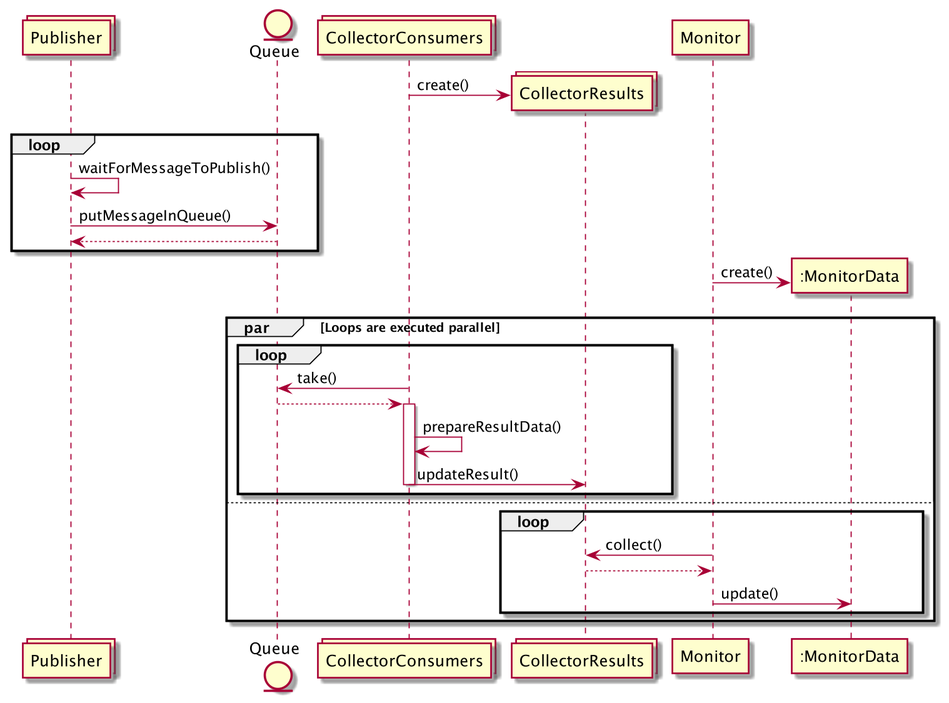
Above: docs/diagrams/Monitoring.png in ulftietze/hoot (PlantUML), before the change.
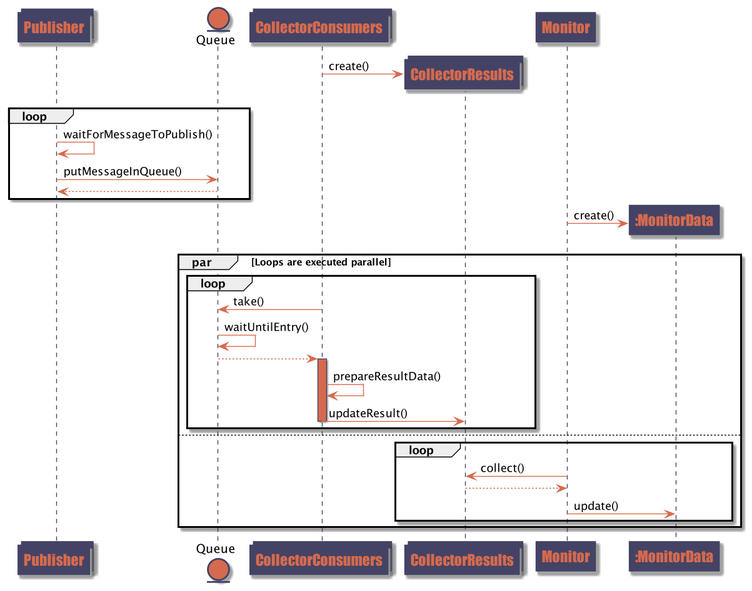
Later version of the same file.

What changed in the source:
```diff
@@ -1,4 +1,36 @@
 @startuml
+
+skinparam sequence {
+    ArrowColor #d56a4e
+    ActorBorderColor #444365
+    LifeLineBorderColor #444365
+    LifeLineBackgroundColor #d56a4e
+
+    ParticipantBackgroundColor #444365
+    ParticipantFontName Impact
+    ParticipantFontSize 17
+    ParticipantFontColor #d56a4e
+    ParticipantBorderColor #444365
+    ParticipantBackgroundColor #444365
+    ParticipantFontName Impact
+    ParticipantFontSize 17
+    ParticipantFontColor #d56a4e
+
+    ActorBackgroundColor aqua
+    ActorFontColor DeepSkyBlue
+    ActorFontSize 17
+    ActorFontName Aapex
+}
+
+skinparam collections {
+    BackgroundColor #444365
+    BorderColor #444365
+}
+
+skinparam entity {
+    BackgroundColor #d56a4e
+    BorderColor #444365
+}
 
 collections Publisher
 entity Queue
@@ -21,6 +53,7 @@
 par Loops are executed parallel
 loop
 CollectorConsumers -> Queue: take()
+Queue -> Queue: waitUntilEntry()
 Queue --> CollectorConsumers
 activate CollectorConsumers
 CollectorConsumers -> CollectorConsumers: prepareResultData()
```
